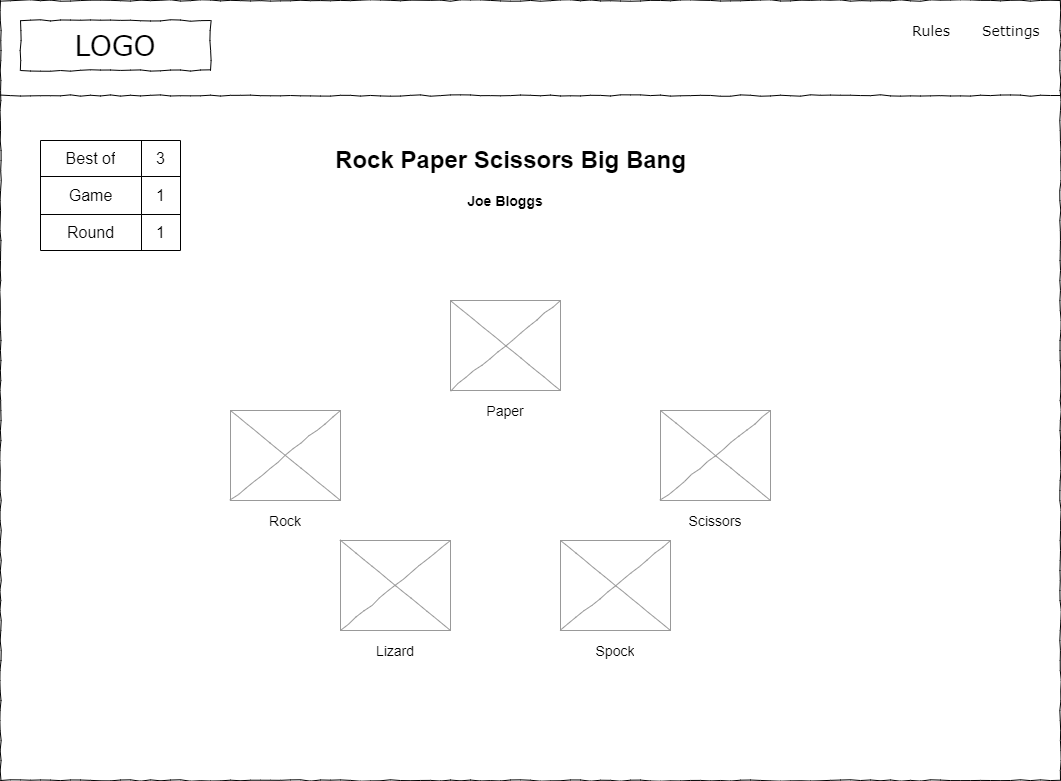
The draw.io diagram design/img/rps-xtreme-game-play-big-bang-large.drawio.png in ibuttimer/rock-paper-scissors-xtreme, before a commit. Source tidied: cells renumbered, new cells last; positions are measured from the earlier drawing's top-left corner, leaving out a move shared by most shapes.
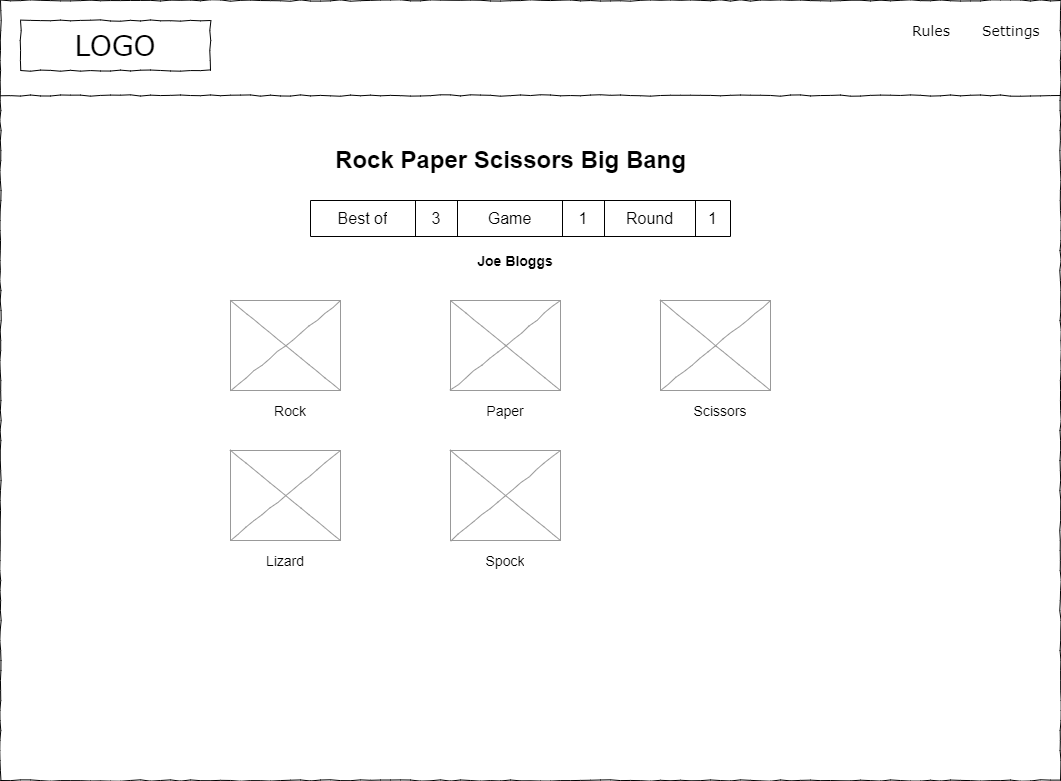
After the commit.

Diff of the diagram source:
```diff
@@ -21,11 +21,11 @@
       <mxGeometry x="460" y="140" width="100" height="40" as="geometry" />
     </mxCell>
     <mxCell id="8" style="verticalLabelPosition=bottom;shadow=0;dashed=0;align=center;html=1;verticalAlign=top;strokeWidth=1;shape=mxgraph.mockup.graphics.simpleIcon;strokeColor=#999999;rounded=0;labelBackgroundColor=none;fontFamily=Verdana;fontSize=14;fontColor=#000000;comic=1;" parent="1" vertex="1">
-      <mxGeometry x="230" y="410" width="110" height="90" as="geometry" />
+      <mxGeometry x="230" y="300" width="110" height="90" as="geometry" />
     </mxCell>
     <object id="9" label="&lt;font style=&quot;font-size: 14px;&quot;&gt;Rock&lt;/font&gt;" name="Variable" placeholders="1">
       <mxCell style="text;html=1;strokeColor=none;fillColor=none;align=center;verticalAlign=middle;whiteSpace=wrap;overflow=hidden;" parent="1" vertex="1">
-        <mxGeometry x="245" y="510" width="80" height="20" as="geometry" />
+        <mxGeometry x="250" y="400" width="80" height="20" as="geometry" />
       </mxCell>
     </object>
     <mxCell id="10" style="verticalLabelPosition=bottom;shadow=0;dashed=0;align=center;html=1;verticalAlign=top;strokeWidth=1;shape=mxgraph.mockup.graphics.simpleIcon;strokeColor=#999999;rounded=0;labelBackgroundColor=none;fontFamily=Verdana;fontSize=14;fontColor=#000000;comic=1;" parent="1" vertex="1">
@@ -37,63 +37,57 @@
       </mxCell>
     </object>
     <mxCell id="12" style="verticalLabelPosition=bottom;shadow=0;dashed=0;align=center;html=1;verticalAlign=top;strokeWidth=1;shape=mxgraph.mockup.graphics.simpleIcon;strokeColor=#999999;rounded=0;labelBackgroundColor=none;fontFamily=Verdana;fontSize=14;fontColor=#000000;comic=1;" parent="1" vertex="1">
-      <mxGeometry x="660" y="410" width="110" height="90" as="geometry" />
+      <mxGeometry x="660" y="300" width="110" height="90" as="geometry" />
     </mxCell>
     <object id="13" label="&lt;font style=&quot;font-size: 14px;&quot;&gt;Scissors&lt;/font&gt;" name="Variable" placeholders="1">
       <mxCell style="text;html=1;strokeColor=none;fillColor=none;align=center;verticalAlign=middle;whiteSpace=wrap;overflow=hidden;" parent="1" vertex="1">
-        <mxGeometry x="675" y="510" width="80" height="20" as="geometry" />
+        <mxGeometry x="680" y="400" width="80" height="20" as="geometry" />
       </mxCell>
     </object>
     <mxCell id="14" style="verticalLabelPosition=bottom;shadow=0;dashed=0;align=center;html=1;verticalAlign=top;strokeWidth=1;shape=mxgraph.mockup.graphics.simpleIcon;strokeColor=#999999;rounded=0;labelBackgroundColor=none;fontFamily=Verdana;fontSize=14;fontColor=#000000;comic=1;" parent="1" vertex="1">
-      <mxGeometry x="340" y="540" width="110" height="90" as="geometry" />
+      <mxGeometry x="230" y="450" width="110" height="90" as="geometry" />
     </mxCell>
     <object id="15" label="&lt;font style=&quot;font-size: 14px;&quot;&gt;Lizard&lt;/font&gt;" name="Variable" placeholders="1">
       <mxCell style="text;html=1;strokeColor=none;fillColor=none;align=center;verticalAlign=middle;whiteSpace=wrap;overflow=hidden;" parent="1" vertex="1">
-        <mxGeometry x="355" y="640" width="80" height="20" as="geometry" />
+        <mxGeometry x="245" y="550" width="80" height="20" as="geometry" />
       </mxCell>
     </object>
     <mxCell id="16" style="verticalLabelPosition=bottom;shadow=0;dashed=0;align=center;html=1;verticalAlign=top;strokeWidth=1;shape=mxgraph.mockup.graphics.simpleIcon;strokeColor=#999999;rounded=0;labelBackgroundColor=none;fontFamily=Verdana;fontSize=14;fontColor=#000000;comic=1;" parent="1" vertex="1">
-      <mxGeometry x="560" y="540" width="110" height="90" as="geometry" />
+      <mxGeometry x="450" y="450" width="110" height="90" as="geometry" />
     </mxCell>
     <object id="17" label="&lt;span style=&quot;font-size: 14px;&quot;&gt;Spock&lt;/span&gt;" name="Variable" placeholders="1">
       <mxCell style="text;html=1;strokeColor=none;fillColor=none;align=center;verticalAlign=middle;whiteSpace=wrap;overflow=hidden;" parent="1" vertex="1">
-        <mxGeometry x="575" y="640" width="80" height="20" as="geometry" />
+        <mxGeometry x="465" y="550" width="80" height="20" as="geometry" />
       </mxCell>
     </object>
     <object id="18" label="&lt;span style=&quot;font-size: 16px;&quot;&gt;&lt;b style=&quot;font-size: 14px;&quot;&gt;Joe Bloggs&lt;/b&gt;&lt;/span&gt;" name="Variable" placeholders="1">
       <mxCell style="text;html=1;strokeColor=none;fillColor=none;align=center;verticalAlign=middle;whiteSpace=wrap;overflow=hidden;" parent="1" vertex="1">
-        <mxGeometry x="425" y="180" width="160" height="40" as="geometry" />
+        <mxGeometry x="435" y="240" width="160" height="40" as="geometry" />
       </mxCell>
     </object>
-    <mxCell id="19" style="shape=table;html=1;whiteSpace=wrap;startSize=0;fontSize=16;" parent="1" vertex="1">
-      <mxGeometry x="40" y="140" width="140" height="110" as="geometry" />
-    </mxCell>
-    <mxCell id="20" style="shape=tableRow;horizontal=0;startSize=0;swimlaneHead=0;swimlaneBody=0;top=0;left=0;bottom=0;right=0;fillColor=none;fontSize=16;" parent="19" vertex="1">
-      <mxGeometry width="140" height="36" as="geometry" />
-    </mxCell>
+    <mxCell id="29" style="shape=table;html=1;whiteSpace=wrap;startSize=0;fontSize=16;" parent="1" vertex="1">
+      <mxGeometry x="310" y="200" width="420" height="36" as="geometry" />
+    </mxCell>
+    <mxCell id="30" style="shape=tableRow;horizontal=0;startSize=0;swimlaneHead=0;swimlaneBody=0;top=0;left=0;bottom=0;right=0;fillColor=none;fontSize=16;" parent="29" vertex="1">
+      <mxGeometry width="420" height="36" as="geometry" />
+    </mxCell>
-    <mxCell id="21" value="Best of" style="shape=partialRectangle;html=1;whiteSpace=wrap;fillColor=none;top=0;left=0;bottom=0;right=0;overflow=hidden;fontSize=16;" parent="20" vertex="1">
-      <mxGeometry width="101" height="36" as="geometry" />
+    <mxCell id="21" value="Best of" style="shape=partialRectangle;html=1;whiteSpace=wrap;fillColor=none;top=0;left=0;bottom=0;right=0;overflow=hidden;fontSize=16;" parent="30" vertex="1">
+      <mxGeometry width="105" height="36" as="geometry" />
     </mxCell>
-    <mxCell id="22" value="3" style="shape=partialRectangle;html=1;whiteSpace=wrap;fillColor=none;top=0;left=0;bottom=0;right=0;overflow=hidden;fontSize=16;" parent="20" vertex="1">
-      <mxGeometry x="101" width="39" height="36" as="geometry" />
+    <mxCell id="22" value="3" style="shape=partialRectangle;html=1;whiteSpace=wrap;fillColor=none;top=0;left=0;bottom=0;right=0;overflow=hidden;fontSize=16;" parent="30" vertex="1">
+      <mxGeometry x="105" width="42" height="36" as="geometry" />
     </mxCell>
-    <mxCell id="23" style="shape=tableRow;horizontal=0;startSize=0;swimlaneHead=0;swimlaneBody=0;top=0;left=0;bottom=0;right=0;fillColor=none;fontSize=16;" parent="19" vertex="1">
-      <mxGeometry y="36" width="140" height="38" as="geometry" />
-    </mxCell>
-    <mxCell id="24" value="Game" style="shape=partialRectangle;html=1;whiteSpace=wrap;fillColor=none;top=0;left=0;bottom=0;right=0;overflow=hidden;fontSize=16;" parent="23" vertex="1">
-      <mxGeometry width="101" height="38" as="geometry" />
+    <mxCell id="24" value="Game" style="shape=partialRectangle;html=1;whiteSpace=wrap;fillColor=none;top=0;left=0;bottom=0;right=0;overflow=hidden;fontSize=16;" parent="30" vertex="1">
+      <mxGeometry x="147" width="105" height="36" as="geometry" />
     </mxCell>
-    <mxCell id="25" value="1" style="shape=partialRectangle;html=1;whiteSpace=wrap;fillColor=none;top=0;left=0;bottom=0;right=0;overflow=hidden;fontSize=16;" parent="23" vertex="1">
-      <mxGeometry x="101" width="39" height="38" as="geometry" />
-    </mxCell>
-    <mxCell id="26" style="shape=tableRow;horizontal=0;startSize=0;swimlaneHead=0;swimlaneBody=0;top=0;left=0;bottom=0;right=0;fillColor=none;fontSize=16;" parent="19" vertex="1">
-      <mxGeometry y="74" width="140" height="36" as="geometry" />
-    </mxCell>
+    <mxCell id="31" value="1" style="shape=partialRectangle;html=1;whiteSpace=wrap;fillColor=none;top=0;left=0;bottom=0;right=0;overflow=hidden;fontSize=16;" parent="30" vertex="1">
+      <mxGeometry x="252" width="42" height="36" as="geometry" />
+    </mxCell>
-    <mxCell id="27" value="Round" style="shape=partialRectangle;html=1;whiteSpace=wrap;fillColor=none;top=0;left=0;bottom=0;right=0;overflow=hidden;fontSize=16;" parent="26" vertex="1">
-      <mxGeometry width="101" height="36" as="geometry" />
+    <mxCell id="27" value="Round" style="shape=partialRectangle;html=1;whiteSpace=wrap;fillColor=none;top=0;left=0;bottom=0;right=0;overflow=hidden;fontSize=16;" parent="30" vertex="1">
+      <mxGeometry x="294" width="91" height="36" as="geometry" />
     </mxCell>
-    <mxCell id="28" value="1" style="shape=partialRectangle;html=1;whiteSpace=wrap;fillColor=none;top=0;left=0;bottom=0;right=0;overflow=hidden;fontSize=16;" parent="26" vertex="1">
-      <mxGeometry x="101" width="39" height="36" as="geometry" />
-    </mxCell>
+    <mxCell id="32" value="1" style="shape=partialRectangle;html=1;whiteSpace=wrap;fillColor=none;top=0;left=0;bottom=0;right=0;overflow=hidden;fontSize=16;" parent="30" vertex="1">
+      <mxGeometry x="385" width="35" height="36" as="geometry" />
+    </mxCell>
   </root>
 </mxGraphModel>
```
